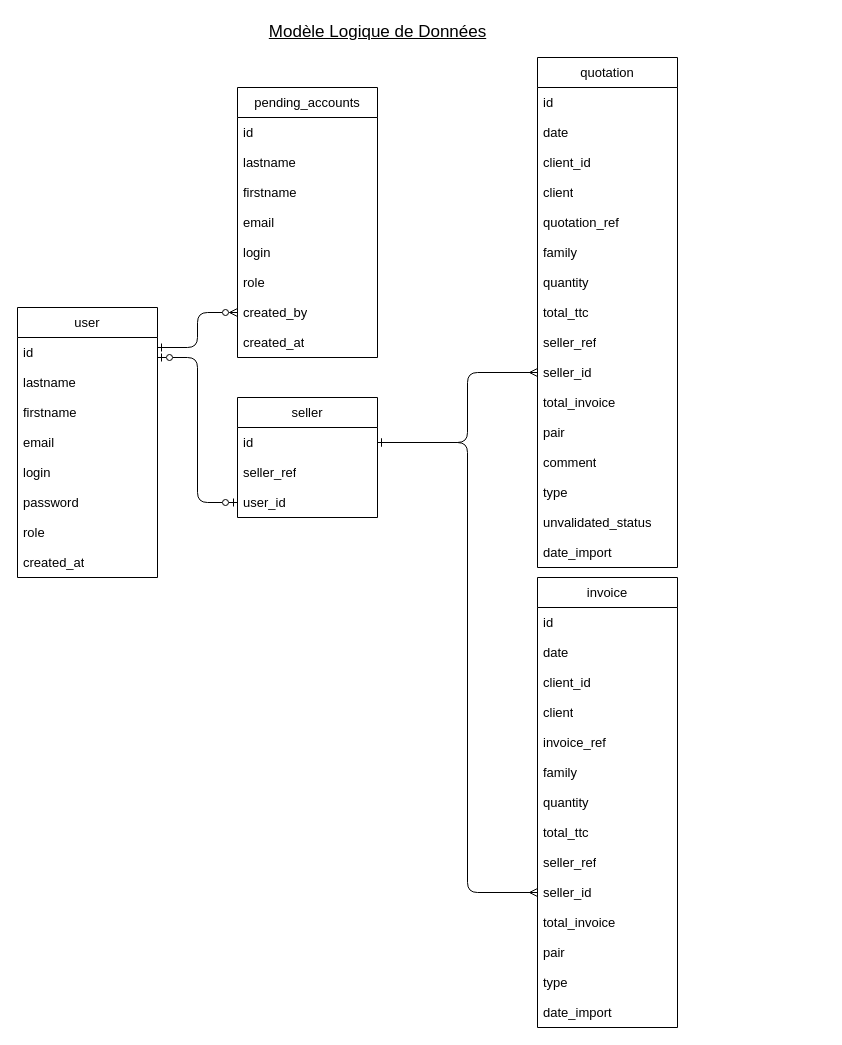
joyhure/Optitop_java keeps this draw.io diagram as Ressources/Diagrammes/ModeleLogiqueDonnées.drawio. Above is the earlier version. Source tidied: cells renumbered, new cells numbered last; positions are measured from the earlier drawing's top-left corner, leaving out a move shared by most shapes. Both pictures are drawn from the tidied source at 100%, with x=0, y=0 at pixel (17, 17).
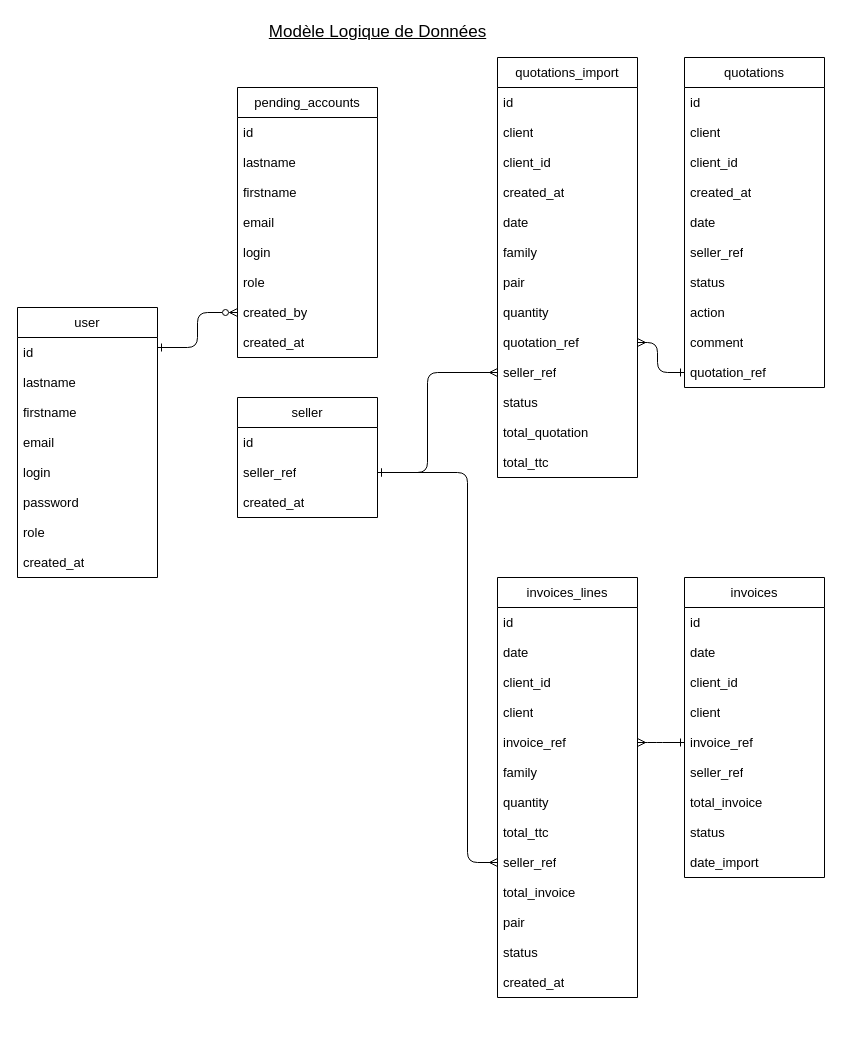
After the change.

Commit message:
Ajout de la gestion des erreurs pour les requêtes API dans l'interface utilisateur, avec affichage de messages d'erreur appropriés.

Unchanged cells that the change refers to:
```xml
<mxCell id="8" value="invoice_ref" style="text;strokeColor=none;fillColor=none;align=left;verticalAlign=middle;spacingLeft=4;spacingRight=4;overflow=hidden;points=[[0,0.5],[1,0.5]];portConstraint=eastwest;whiteSpace=wrap;html=1;fontSize=13;" parent="3" vertex="1">
  <mxGeometry y="150" width="140" height="30" as="geometry" />
</mxCell>
<mxCell id="12" value="seller_ref" style="text;strokeColor=none;fillColor=none;align=left;verticalAlign=middle;spacingLeft=4;spacingRight=4;overflow=hidden;points=[[0,0.5],[1,0.5]];portConstraint=eastwest;whiteSpace=wrap;html=1;fontSize=13;" parent="3" vertex="1">
  <mxGeometry y="270" width="140" height="30" as="geometry" />
</mxCell>
<mxCell id="27" value="seller" style="swimlane;fontStyle=0;horizontal=1;startSize=30;whiteSpace=wrap;html=1;fontSize=13;" parent="1" vertex="1">
  <mxGeometry x="220" y="380" width="140" height="120" as="geometry" />
</mxCell>
<mxCell id="28" value="id" style="text;strokeColor=none;fillColor=none;align=left;verticalAlign=middle;spacingLeft=4;spacingRight=4;overflow=hidden;points=[[0,0.5],[1,0.5]];portConstraint=eastwest;whiteSpace=wrap;html=1;fontSize=13;" parent="27" vertex="1">
  <mxGeometry y="30" width="140" height="30" as="geometry" />
</mxCell>
<mxCell id="29" value="seller_ref" style="text;strokeColor=none;fillColor=none;align=left;verticalAlign=middle;spacingLeft=4;spacingRight=4;overflow=hidden;points=[[0,0.5],[1,0.5]];portConstraint=eastwest;whiteSpace=wrap;html=1;fontSize=13;" parent="27" vertex="1">
  <mxGeometry y="60" width="140" height="30" as="geometry" />
</mxCell>
```

Diff of the diagram source:
```diff
@@
-    <mxCell id="3" value="invoice" style="swimlane;fontStyle=0;horizontal=1;startSize=30;whiteSpace=wrap;html=1;fontSize=13;" parent="1" vertex="1">
-      <mxGeometry x="520" y="560" width="140" height="450" as="geometry" />
+    <mxCell id="3" value="invoices_lines" style="swimlane;fontStyle=0;horizontal=1;startSize=30;whiteSpace=wrap;html=1;fontSize=13;" parent="1" vertex="1">
+      <mxGeometry x="480" y="560" width="140" height="420" as="geometry" />
     </mxCell>
@@
-    <mxCell id="13" value="seller_id" style="text;strokeColor=none;fillColor=none;align=left;verticalAlign=middle;spacingLeft=4;spacingRight=4;overflow=hidden;points=[[0,0.5],[1,0.5]];portConstraint=eastwest;whiteSpace=wrap;html=1;fontSize=13;" parent="3" vertex="1">
-      <mxGeometry y="300" width="140" height="30" as="geometry" />
-    </mxCell>
     <mxCell id="14" value="total_invoice" style="text;strokeColor=none;fillColor=none;align=left;verticalAlign=middle;spacingLeft=4;spacingRight=4;overflow=hidden;whiteSpace=wrap;html=1;fontSize=13;" parent="3" vertex="1">
-      <mxGeometry y="330" width="140" height="30" as="geometry" />
+      <mxGeometry y="300" width="140" height="30" as="geometry" />
     </mxCell>
     <mxCell id="15" value="pair" style="text;strokeColor=none;fillColor=none;align=left;verticalAlign=middle;spacingLeft=4;spacingRight=4;overflow=hidden;whiteSpace=wrap;html=1;fontSize=13;" parent="3" vertex="1">
-      <mxGeometry y="360" width="140" height="30" as="geometry" />
+      <mxGeometry y="330" width="140" height="30" as="geometry" />
     </mxCell>
-    <mxCell id="16" value="type" style="text;strokeColor=none;fillColor=none;align=left;verticalAlign=middle;spacingLeft=4;spacingRight=4;overflow=hidden;whiteSpace=wrap;html=1;fontSize=13;" parent="3" vertex="1">
-      <mxGeometry y="390" width="140" height="30" as="geometry" />
+    <mxCell id="16" value="status" style="text;strokeColor=none;fillColor=none;align=left;verticalAlign=middle;spacingLeft=4;spacingRight=4;overflow=hidden;whiteSpace=wrap;html=1;fontSize=13;" parent="3" vertex="1">
+      <mxGeometry y="360" width="140" height="30" as="geometry" />
     </mxCell>
-    <mxCell id="17" value="date_import" style="text;strokeColor=none;fillColor=none;align=left;verticalAlign=middle;spacingLeft=4;spacingRight=4;overflow=hidden;whiteSpace=wrap;html=1;fontSize=13;" parent="3" vertex="1">
-      <mxGeometry y="420" width="140" height="30" as="geometry" />
+    <mxCell id="17" value="created_at" style="text;strokeColor=none;fillColor=none;align=left;verticalAlign=middle;spacingLeft=4;spacingRight=4;overflow=hidden;whiteSpace=wrap;html=1;fontSize=13;" parent="3" vertex="1">
+      <mxGeometry y="390" width="140" height="30" as="geometry" />
     </mxCell>
@@
-    <mxCell id="30" value="user_id" style="text;strokeColor=none;fillColor=none;align=left;verticalAlign=middle;spacingLeft=4;spacingRight=4;overflow=hidden;points=[[0,0.5],[1,0.5]];portConstraint=eastwest;whiteSpace=wrap;html=1;fontSize=13;" parent="27" vertex="1">
-      <mxGeometry y="90" width="140" height="30" as="geometry" />
-    </mxCell>
-    <mxCell id="31" style="edgeStyle=none;html=1;exitX=0;exitY=0.5;exitDx=0;exitDy=0;fontSize=13;startArrow=ERzeroToOne;startFill=0;endArrow=ERzeroToOne;endFill=0;" parent="1" edge="1" source="30">
-      <mxGeometry relative="1" as="geometry">
-        <mxPoint x="140" y="340" as="targetPoint" />
-        <Array as="points">
-          <mxPoint x="180" y="485" />
-          <mxPoint x="180" y="340" />
-        </Array>
-      </mxGeometry>
-    </mxCell>
+    <mxCell id="61" value="created_at" style="text;strokeColor=none;fillColor=none;align=left;verticalAlign=middle;spacingLeft=4;spacingRight=4;overflow=hidden;whiteSpace=wrap;html=1;fontSize=13;" parent="27" vertex="1">
+      <mxGeometry y="90" width="140" height="30" as="geometry" />
+    </mxCell>
-    <mxCell id="32" value="quotation" style="swimlane;fontStyle=0;horizontal=1;startSize=30;whiteSpace=wrap;html=1;fontSize=13;" parent="1" vertex="1">
-      <mxGeometry x="520" y="40" width="140" height="510" as="geometry" />
+    <mxCell id="32" value="quotations_import" style="swimlane;fontStyle=0;horizontal=1;startSize=30;whiteSpace=wrap;html=1;fontSize=13;" parent="1" vertex="1">
+      <mxGeometry x="480" y="40" width="140" height="420" as="geometry" />
     </mxCell>
@@
-    <mxCell id="34" value="date" style="text;strokeColor=none;fillColor=none;align=left;verticalAlign=middle;spacingLeft=4;spacingRight=4;overflow=hidden;whiteSpace=wrap;html=1;fontSize=13;" parent="32" vertex="1">
+    <mxCell id="34" value="client" style="text;strokeColor=none;fillColor=none;align=left;verticalAlign=middle;spacingLeft=4;spacingRight=4;overflow=hidden;whiteSpace=wrap;html=1;fontSize=13;" parent="32" vertex="1">
       <mxGeometry y="60" width="140" height="30" as="geometry" />
     </mxCell>
@@
-    <mxCell id="36" value="client" style="text;strokeColor=none;fillColor=none;align=left;verticalAlign=middle;spacingLeft=4;spacingRight=4;overflow=hidden;whiteSpace=wrap;html=1;fontSize=13;" parent="32" vertex="1">
+    <mxCell id="36" value="created_at" style="text;strokeColor=none;fillColor=none;align=left;verticalAlign=middle;spacingLeft=4;spacingRight=4;overflow=hidden;whiteSpace=wrap;html=1;fontSize=13;" parent="32" vertex="1">
       <mxGeometry y="120" width="140" height="30" as="geometry" />
     </mxCell>
-    <mxCell id="37" value="quotation_ref" style="text;strokeColor=none;fillColor=none;align=left;verticalAlign=middle;spacingLeft=4;spacingRight=4;overflow=hidden;whiteSpace=wrap;html=1;fontSize=13;" parent="32" vertex="1">
+    <mxCell id="37" value="date" style="text;strokeColor=none;fillColor=none;align=left;verticalAlign=middle;spacingLeft=4;spacingRight=4;overflow=hidden;whiteSpace=wrap;html=1;fontSize=13;" parent="32" vertex="1">
       <mxGeometry y="150" width="140" height="30" as="geometry" />
     </mxCell>
@@
-    <mxCell id="39" value="quantity" style="text;strokeColor=none;fillColor=none;align=left;verticalAlign=middle;spacingLeft=4;spacingRight=4;overflow=hidden;whiteSpace=wrap;html=1;fontSize=13;" parent="32" vertex="1">
+    <mxCell id="39" value="pair" style="text;strokeColor=none;fillColor=none;align=left;verticalAlign=middle;spacingLeft=4;spacingRight=4;overflow=hidden;whiteSpace=wrap;html=1;fontSize=13;" parent="32" vertex="1">
       <mxGeometry y="210" width="140" height="30" as="geometry" />
     </mxCell>
-    <mxCell id="40" value="total_ttc" style="text;strokeColor=none;fillColor=none;align=left;verticalAlign=middle;spacingLeft=4;spacingRight=4;overflow=hidden;whiteSpace=wrap;html=1;fontSize=13;" parent="32" vertex="1">
+    <mxCell id="40" value="quantity" style="text;strokeColor=none;fillColor=none;align=left;verticalAlign=middle;spacingLeft=4;spacingRight=4;overflow=hidden;whiteSpace=wrap;html=1;fontSize=13;" parent="32" vertex="1">
       <mxGeometry y="240" width="140" height="30" as="geometry" />
     </mxCell>
-    <mxCell id="41" value="seller_ref" style="text;strokeColor=none;fillColor=none;align=left;verticalAlign=middle;spacingLeft=4;spacingRight=4;overflow=hidden;points=[[0,0.5],[1,0.5]];portConstraint=eastwest;whiteSpace=wrap;html=1;fontSize=13;" parent="32" vertex="1">
+    <mxCell id="41" value="quotation_ref" style="text;strokeColor=none;fillColor=none;align=left;verticalAlign=middle;spacingLeft=4;spacingRight=4;overflow=hidden;points=[[0,0.5],[1,0.5]];portConstraint=eastwest;whiteSpace=wrap;html=1;fontSize=13;" parent="32" vertex="1">
       <mxGeometry y="270" width="140" height="30" as="geometry" />
     </mxCell>
-    <mxCell id="42" value="seller_id" style="text;strokeColor=none;fillColor=none;align=left;verticalAlign=middle;spacingLeft=4;spacingRight=4;overflow=hidden;points=[[0,0.5],[1,0.5]];portConstraint=eastwest;whiteSpace=wrap;html=1;fontSize=13;" parent="32" vertex="1">
-      <mxGeometry y="300" width="140" height="30" as="geometry" />
-    </mxCell>
-    <mxCell id="43" value="total_invoice" style="text;strokeColor=none;fillColor=none;align=left;verticalAlign=middle;spacingLeft=4;spacingRight=4;overflow=hidden;whiteSpace=wrap;html=1;fontSize=13;" parent="32" vertex="1">
-      <mxGeometry y="330" width="140" height="30" as="geometry" />
+    <mxCell id="43" value="seller_ref" style="text;strokeColor=none;fillColor=none;align=left;verticalAlign=middle;spacingLeft=4;spacingRight=4;overflow=hidden;whiteSpace=wrap;html=1;fontSize=13;" parent="32" vertex="1">
+      <mxGeometry y="300" width="140" height="30" as="geometry" />
     </mxCell>
-    <mxCell id="44" value="pair" style="text;strokeColor=none;fillColor=none;align=left;verticalAlign=middle;spacingLeft=4;spacingRight=4;overflow=hidden;whiteSpace=wrap;html=1;fontSize=13;" parent="32" vertex="1">
-      <mxGeometry y="360" width="140" height="30" as="geometry" />
+    <mxCell id="44" value="status" style="text;strokeColor=none;fillColor=none;align=left;verticalAlign=middle;spacingLeft=4;spacingRight=4;overflow=hidden;whiteSpace=wrap;html=1;fontSize=13;" parent="32" vertex="1">
+      <mxGeometry y="330" width="140" height="30" as="geometry" />
     </mxCell>
-    <mxCell id="45" value="comment" style="text;strokeColor=none;fillColor=none;align=left;verticalAlign=middle;spacingLeft=4;spacingRight=4;overflow=hidden;whiteSpace=wrap;html=1;fontSize=13;" parent="32" vertex="1">
-      <mxGeometry y="390" width="140" height="30" as="geometry" />
+    <mxCell id="45" value="total_quotation" style="text;strokeColor=none;fillColor=none;align=left;verticalAlign=middle;spacingLeft=4;spacingRight=4;overflow=hidden;whiteSpace=wrap;html=1;fontSize=13;" parent="32" vertex="1">
+      <mxGeometry y="360" width="140" height="30" as="geometry" />
     </mxCell>
-    <mxCell id="46" value="type" style="text;strokeColor=none;fillColor=none;align=left;verticalAlign=middle;spacingLeft=4;spacingRight=4;overflow=hidden;whiteSpace=wrap;html=1;fontSize=13;" parent="32" vertex="1">
-      <mxGeometry y="420" width="140" height="30" as="geometry" />
+    <mxCell id="46" value="total_ttc" style="text;strokeColor=none;fillColor=none;align=left;verticalAlign=middle;spacingLeft=4;spacingRight=4;overflow=hidden;whiteSpace=wrap;html=1;fontSize=13;" parent="32" vertex="1">
+      <mxGeometry y="390" width="140" height="30" as="geometry" />
     </mxCell>
-    <mxCell id="47" value="unvalidated_status" style="text;strokeColor=none;fillColor=none;align=left;verticalAlign=middle;spacingLeft=4;spacingRight=4;overflow=hidden;whiteSpace=wrap;html=1;fontSize=13;" parent="32" vertex="1">
-      <mxGeometry y="450" width="140" height="30" as="geometry" />
-    </mxCell>
-    <mxCell id="48" value="date_import" style="text;strokeColor=none;fillColor=none;align=left;verticalAlign=middle;spacingLeft=4;spacingRight=4;overflow=hidden;whiteSpace=wrap;html=1;fontSize=13;" parent="32" vertex="1">
-      <mxGeometry y="480" width="140" height="30" as="geometry" />
-    </mxCell>
-    <mxCell id="49" style="edgeStyle=none;html=1;exitX=0;exitY=0.5;exitDx=0;exitDy=0;fontSize=13;startArrow=ERmany;startFill=0;endArrow=ERone;endFill=0;entryX=1;entryY=0.5;entryDx=0;entryDy=0;" parent="1" edge="1" source="42" target="28">
+    <mxCell id="49" style="edgeStyle=none;html=1;exitX=0;exitY=0.5;exitDx=0;exitDy=0;fontSize=13;startArrow=ERmany;startFill=0;endArrow=ERone;endFill=0;entryX=1;entryY=0.5;entryDx=0;entryDy=0;" parent="1" edge="1" target="29">
       <mxGeometry relative="1" as="geometry">
+        <mxPoint x="480" y="355" as="sourcePoint" />
         <Array as="points">
-          <mxPoint x="450" y="355" />
-          <mxPoint x="450" y="425" />
+          <mxPoint x="410" y="355" />
+          <mxPoint x="410" y="455" />
         </Array>
       </mxGeometry>
     </mxCell>
-    <mxCell id="50" style="edgeStyle=none;html=1;exitX=1;exitY=0.5;exitDx=0;exitDy=0;fontSize=13;startArrow=ERone;startFill=0;endArrow=ERmany;endFill=0;entryX=0;entryY=0.5;entryDx=0;entryDy=0;" parent="1" edge="1" source="28" target="13">
+    <mxCell id="50" style="edgeStyle=none;html=1;exitX=1;exitY=0.5;exitDx=0;exitDy=0;fontSize=13;startArrow=ERone;startFill=0;endArrow=ERmany;endFill=0;entryX=0;entryY=0.5;entryDx=0;entryDy=0;" parent="1" edge="1" source="29" target="12">
       <mxGeometry relative="1" as="geometry">
         <Array as="points">
-          <mxPoint x="450" y="425" />
-          <mxPoint x="450" y="875" />
+          <mxPoint x="450" y="455" />
+          <mxPoint x="450" y="845" />
         </Array>
       </mxGeometry>
     </mxCell>
@@
+    <mxCell id="62" value="quotations" style="swimlane;fontStyle=0;horizontal=1;startSize=30;whiteSpace=wrap;html=1;fontSize=13;" parent="1" vertex="1">
+      <mxGeometry x="667" y="40" width="140" height="330" as="geometry" />
+    </mxCell>
+    <mxCell id="63" value="id" style="text;strokeColor=none;fillColor=none;align=left;verticalAlign=middle;spacingLeft=4;spacingRight=4;overflow=hidden;whiteSpace=wrap;html=1;fontSize=13;" parent="62" vertex="1">
+      <mxGeometry y="30" width="140" height="30" as="geometry" />
+    </mxCell>
+    <mxCell id="64" value="client" style="text;strokeColor=none;fillColor=none;align=left;verticalAlign=middle;spacingLeft=4;spacingRight=4;overflow=hidden;whiteSpace=wrap;html=1;fontSize=13;" parent="62" vertex="1">
+      <mxGeometry y="60" width="140" height="30" as="geometry" />
+    </mxCell>
+    <mxCell id="65" value="client_id" style="text;strokeColor=none;fillColor=none;align=left;verticalAlign=middle;spacingLeft=4;spacingRight=4;overflow=hidden;whiteSpace=wrap;html=1;fontSize=13;" parent="62" vertex="1">
+      <mxGeometry y="90" width="140" height="30" as="geometry" />
+    </mxCell>
+    <mxCell id="66" value="created_at" style="text;strokeColor=none;fillColor=none;align=left;verticalAlign=middle;spacingLeft=4;spacingRight=4;overflow=hidden;whiteSpace=wrap;html=1;fontSize=13;" parent="62" vertex="1">
+      <mxGeometry y="120" width="140" height="30" as="geometry" />
+    </mxCell>
+    <mxCell id="67" value="date" style="text;strokeColor=none;fillColor=none;align=left;verticalAlign=middle;spacingLeft=4;spacingRight=4;overflow=hidden;whiteSpace=wrap;html=1;fontSize=13;" parent="62" vertex="1">
+      <mxGeometry y="150" width="140" height="30" as="geometry" />
+    </mxCell>
+    <mxCell id="68" value="seller_ref" style="text;strokeColor=none;fillColor=none;align=left;verticalAlign=middle;spacingLeft=4;spacingRight=4;overflow=hidden;whiteSpace=wrap;html=1;fontSize=13;" parent="62" vertex="1">
+      <mxGeometry y="180" width="140" height="30" as="geometry" />
+    </mxCell>
+    <mxCell id="69" value="status" style="text;strokeColor=none;fillColor=none;align=left;verticalAlign=middle;spacingLeft=4;spacingRight=4;overflow=hidden;whiteSpace=wrap;html=1;fontSize=13;" parent="62" vertex="1">
+      <mxGeometry y="210" width="140" height="30" as="geometry" />
+    </mxCell>
+    <mxCell id="70" value="action" style="text;strokeColor=none;fillColor=none;align=left;verticalAlign=middle;spacingLeft=4;spacingRight=4;overflow=hidden;whiteSpace=wrap;html=1;fontSize=13;" parent="62" vertex="1">
+      <mxGeometry y="240" width="140" height="30" as="geometry" />
+    </mxCell>
+    <mxCell id="71" value="comment" style="text;strokeColor=none;fillColor=none;align=left;verticalAlign=middle;spacingLeft=4;spacingRight=4;overflow=hidden;whiteSpace=wrap;html=1;fontSize=13;" parent="62" vertex="1">
+      <mxGeometry y="270" width="140" height="30" as="geometry" />
+    </mxCell>
+    <mxCell id="72" value="quotation_ref" style="text;strokeColor=none;fillColor=none;align=left;verticalAlign=middle;spacingLeft=4;spacingRight=4;overflow=hidden;points=[[0,0.5],[1,0.5]];portConstraint=eastwest;whiteSpace=wrap;html=1;fontSize=13;" parent="62" vertex="1">
+      <mxGeometry y="300" width="140" height="30" as="geometry" />
+    </mxCell>
+    <mxCell id="73" value="invoices" style="swimlane;fontStyle=0;horizontal=1;startSize=30;whiteSpace=wrap;html=1;fontSize=13;" parent="1" vertex="1">
+      <mxGeometry x="667" y="560" width="140" height="300" as="geometry" />
+    </mxCell>
+    <mxCell id="74" value="id" style="text;strokeColor=none;fillColor=none;align=left;verticalAlign=middle;spacingLeft=4;spacingRight=4;overflow=hidden;whiteSpace=wrap;html=1;fontSize=13;" parent="73" vertex="1">
+      <mxGeometry y="30" width="140" height="30" as="geometry" />
+    </mxCell>
+    <mxCell id="75" value="date" style="text;strokeColor=none;fillColor=none;align=left;verticalAlign=middle;spacingLeft=4;spacingRight=4;overflow=hidden;whiteSpace=wrap;html=1;fontSize=13;" parent="73" vertex="1">
+      <mxGeometry y="60" width="140" height="30" as="geometry" />
+    </mxCell>
+    <mxCell id="76" value="client_id" style="text;strokeColor=none;fillColor=none;align=left;verticalAlign=middle;spacingLeft=4;spacingRight=4;overflow=hidden;whiteSpace=wrap;html=1;fontSize=13;" parent="73" vertex="1">
+      <mxGeometry y="90" width="140" height="30" as="geometry" />
+    </mxCell>
+    <mxCell id="77" value="client" style="text;strokeColor=none;fillColor=none;align=left;verticalAlign=middle;spacingLeft=4;spacingRight=4;overflow=hidden;whiteSpace=wrap;html=1;fontSize=13;" parent="73" vertex="1">
+      <mxGeometry y="120" width="140" height="30" as="geometry" />
+    </mxCell>
+    <mxCell id="78" value="invoice_ref" style="text;strokeColor=none;fillColor=none;align=left;verticalAlign=middle;spacingLeft=4;spacingRight=4;overflow=hidden;points=[[0,0.5],[1,0.5]];portConstraint=eastwest;whiteSpace=wrap;html=1;fontSize=13;" parent="73" vertex="1">
+      <mxGeometry y="150" width="140" height="30" as="geometry" />
+    </mxCell>
+    <mxCell id="79" value="seller_ref" style="text;strokeColor=none;fillColor=none;align=left;verticalAlign=middle;spacingLeft=4;spacingRight=4;overflow=hidden;whiteSpace=wrap;html=1;fontSize=13;" parent="73" vertex="1">
+      <mxGeometry y="180" width="140" height="30" as="geometry" />
+    </mxCell>
+    <mxCell id="80" value="total_invoice" style="text;strokeColor=none;fillColor=none;align=left;verticalAlign=middle;spacingLeft=4;spacingRight=4;overflow=hidden;whiteSpace=wrap;html=1;fontSize=13;" parent="73" vertex="1">
+      <mxGeometry y="210" width="140" height="30" as="geometry" />
+    </mxCell>
+    <mxCell id="81" value="status" style="text;strokeColor=none;fillColor=none;align=left;verticalAlign=middle;spacingLeft=4;spacingRight=4;overflow=hidden;whiteSpace=wrap;html=1;fontSize=13;" parent="73" vertex="1">
+      <mxGeometry y="240" width="140" height="30" as="geometry" />
+    </mxCell>
+    <mxCell id="48" value="date_import" style="text;strokeColor=none;fillColor=none;align=left;verticalAlign=middle;spacingLeft=4;spacingRight=4;overflow=hidden;whiteSpace=wrap;html=1;fontSize=13;" parent="73" vertex="1">
+      <mxGeometry y="270" width="140" height="30" as="geometry" />
+    </mxCell>
+    <mxCell id="82" style="edgeStyle=none;html=1;exitX=1;exitY=0.5;exitDx=0;exitDy=0;fontSize=13;startArrow=ERmany;startFill=0;endArrow=ERone;endFill=0;entryX=0;entryY=0.5;entryDx=0;entryDy=0;" parent="1" edge="1" source="41" target="72">
+      <mxGeometry relative="1" as="geometry">
+        <Array as="points">
+          <mxPoint x="640" y="325" />
+          <mxPoint x="640" y="355" />
+        </Array>
+      </mxGeometry>
+    </mxCell>
+    <mxCell id="83" style="edgeStyle=none;html=1;fontSize=13;startArrow=ERmany;startFill=0;endArrow=ERone;endFill=0;exitX=1;exitY=0.5;exitDx=0;exitDy=0;entryX=0;entryY=0.5;entryDx=0;entryDy=0;" parent="1" edge="1" source="8" target="78">
+      <mxGeometry relative="1" as="geometry">
+        <Array as="points">
+          <mxPoint x="640" y="725" />
+          <mxPoint x="650" y="725" />
+        </Array>
+      </mxGeometry>
+    </mxCell>
```
